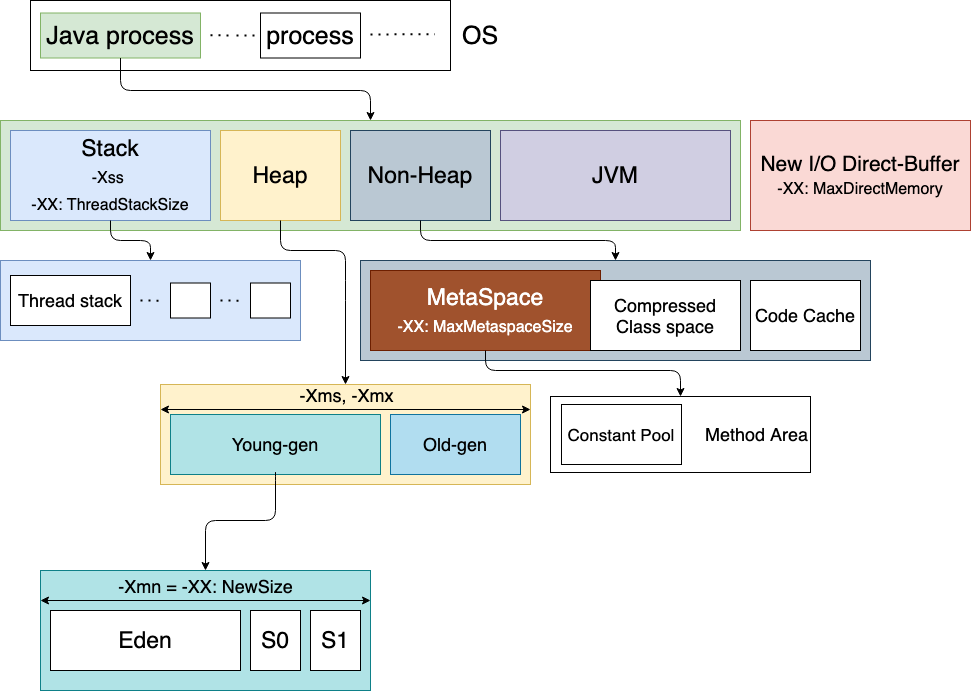
ajdfajdfl2003/JAVA-003 keeps this draw.io diagram as Week_01/task03/MemoryModel.png. Above is the earlier version. Source tidied: cells renumbered, new cells last; positions are measured from the earlier drawing's top-left corner, leaving out a move shared by most shapes. Source of this version:
```xml
<mxGraphModel>
  <root>
    <mxCell id="0" />
    <mxCell id="1" parent="0" />
    <mxCell id="2" style="group;" parent="1" vertex="1">
      <mxGeometry x="550" y="396" width="260" height="76" as="geometry" />
    </mxCell>
    <mxCell id="3" value="Method Area" style="rounded=0;whiteSpace=wrap;html=1;labelBackgroundColor=none;fontSize=18;align=right;" parent="2" vertex="1">
      <mxGeometry width="260" height="76" as="geometry" />
    </mxCell>
    <mxCell id="4" value="Constant Pool" style="rounded=0;whiteSpace=wrap;html=1;labelBackgroundColor=none;fontSize=17;" parent="2" vertex="1">
      <mxGeometry x="11" y="8" width="120" height="60" as="geometry" />
    </mxCell>
    <mxCell id="5" style="group;" parent="1" vertex="1">
      <mxGeometry x="360" y="260" width="510" height="100" as="geometry" />
    </mxCell>
    <mxCell id="6" style="rounded=0;whiteSpace=wrap;html=1;labelBackgroundColor=none;fontSize=23;fillColor=#bac8d3;strokeColor=#23445d;" parent="5" vertex="1">
      <mxGeometry width="510" height="100" as="geometry" />
    </mxCell>
    <mxCell id="7" value="MetaSpace&lt;br&gt;&lt;font style=&quot;font-size: 16px&quot;&gt;-XX: MaxMetaspaceSize&lt;/font&gt;" style="rounded=0;whiteSpace=wrap;html=1;labelBackgroundColor=none;fontSize=23;fillColor=#a0522d;strokeColor=#6D1F00;fontColor=#ffffff;" parent="5" vertex="1">
      <mxGeometry x="10" y="10" width="230" height="80" as="geometry" />
    </mxCell>
    <mxCell id="8" value="Compressed Class space" style="rounded=0;whiteSpace=wrap;html=1;labelBackgroundColor=none;fontSize=18;" parent="5" vertex="1">
      <mxGeometry x="230" y="20" width="150" height="70" as="geometry" />
    </mxCell>
    <mxCell id="9" value="&lt;font style=&quot;font-size: 18px;&quot;&gt;Code Cache&lt;/font&gt;" style="rounded=0;whiteSpace=wrap;html=1;labelBackgroundColor=none;fontSize=18;" parent="5" vertex="1">
      <mxGeometry x="390" y="20" width="110" height="70" as="geometry" />
    </mxCell>
    <mxCell id="10" style="group;" parent="1" vertex="1">
      <mxGeometry y="120" width="740" height="110" as="geometry" />
    </mxCell>
    <mxCell id="11" style="rounded=0;whiteSpace=wrap;html=1;fontSize=23;fillColor=#d5e8d4;strokeColor=#82b366;" parent="10" vertex="1">
      <mxGeometry width="740" height="110" as="geometry" />
    </mxCell>
    <mxCell id="12" value="Stack&lt;br&gt;&lt;font style=&quot;font-size: 16px ; line-height: 120%&quot;&gt;-Xss &lt;br&gt;-XX: ThreadStackSize&lt;/font&gt;" style="rounded=0;whiteSpace=wrap;html=1;fontSize=23;fillColor=#dae8fc;strokeColor=#6c8ebf;" parent="10" vertex="1">
      <mxGeometry x="10" y="10" width="200" height="90" as="geometry" />
    </mxCell>
    <mxCell id="13" value="Heap" style="rounded=0;whiteSpace=wrap;html=1;fontSize=23;fillColor=#fff2cc;strokeColor=#d6b656;" parent="10" vertex="1">
      <mxGeometry x="220" y="10" width="120" height="90" as="geometry" />
    </mxCell>
    <mxCell id="14" value="Non-Heap" style="rounded=0;whiteSpace=wrap;html=1;fontSize=23;fillColor=#bac8d3;strokeColor=#23445d;" parent="10" vertex="1">
      <mxGeometry x="350" y="10" width="140" height="90" as="geometry" />
    </mxCell>
    <mxCell id="15" value="JVM" style="rounded=0;whiteSpace=wrap;html=1;fontSize=23;fillColor=#d0cee2;strokeColor=#56517e;" parent="10" vertex="1">
      <mxGeometry x="500" y="10" width="230" height="90" as="geometry" />
    </mxCell>
    <mxCell id="16" style="group;" parent="1" vertex="1">
      <mxGeometry x="30" width="470" height="70" as="geometry" />
    </mxCell>
    <mxCell id="17" style="rounded=0;whiteSpace=wrap;html=1;" parent="16" vertex="1">
      <mxGeometry width="420" height="70" as="geometry" />
    </mxCell>
    <mxCell id="18" value="OS" style="text;html=1;strokeColor=none;fillColor=none;align=center;verticalAlign=middle;whiteSpace=wrap;rounded=0;fontSize=25;" parent="16" vertex="1">
      <mxGeometry x="430" y="25" width="40" height="20" as="geometry" />
    </mxCell>
    <mxCell id="19" value="Java process" style="rounded=0;whiteSpace=wrap;html=1;fontSize=25;labelBackgroundColor=none;fillColor=#d5e8d4;strokeColor=#82b366;" parent="16" vertex="1">
      <mxGeometry x="10" y="12.5" width="160" height="45" as="geometry" />
    </mxCell>
    <mxCell id="20" value="process" style="rounded=0;whiteSpace=wrap;html=1;fontSize=25;" parent="16" vertex="1">
      <mxGeometry x="230" y="12.5" width="100" height="45" as="geometry" />
    </mxCell>
    <mxCell id="21" style="endArrow=none;dashed=1;html=1;dashPattern=1 3;strokeWidth=2;fontSize=25;" parent="16" edge="1">
      <mxGeometry relative="1" as="geometry">
        <mxPoint x="206" y="35" as="sourcePoint" />
        <mxPoint x="225" y="35" as="targetPoint" />
      </mxGeometry>
    </mxCell>
    <mxCell id="22" style="endArrow=none;dashed=1;html=1;dashPattern=1 3;strokeWidth=2;fontSize=25;entryX=0.963;entryY=0.481;entryDx=0;entryDy=0;entryPerimeter=0;" parent="16" edge="1" target="17">
      <mxGeometry relative="1" as="geometry">
        <mxPoint x="340" y="34" as="sourcePoint" />
      </mxGeometry>
    </mxCell>
    <mxCell id="23" style="endArrow=none;dashed=1;html=1;dashPattern=1 3;strokeWidth=2;fontSize=25;" parent="16" edge="1">
      <mxGeometry relative="1" as="geometry">
        <mxPoint x="180" y="34.8" as="sourcePoint" />
        <mxPoint x="199" y="34.9" as="targetPoint" />
      </mxGeometry>
    </mxCell>
    <mxCell id="24" style="group;" parent="1" vertex="1">
      <mxGeometry y="260" width="300" height="80" as="geometry" />
    </mxCell>
    <mxCell id="25" style="rounded=0;whiteSpace=wrap;html=1;labelBackgroundColor=none;fontSize=23;fillColor=#dae8fc;strokeColor=#6c8ebf;" parent="24" vertex="1">
      <mxGeometry width="300" height="80" as="geometry" />
    </mxCell>
    <mxCell id="26" value="Thread stack" style="rounded=0;whiteSpace=wrap;html=1;labelBackgroundColor=none;fontSize=18;" parent="24" vertex="1">
      <mxGeometry x="10" y="15" width="120" height="50" as="geometry" />
    </mxCell>
    <mxCell id="27" style="endArrow=none;dashed=1;html=1;dashPattern=1 3;strokeWidth=2;fontSize=25;" parent="24" edge="1">
      <mxGeometry relative="1" as="geometry">
        <mxPoint x="140" y="40" as="sourcePoint" />
        <mxPoint x="159" y="40.2" as="targetPoint" />
      </mxGeometry>
    </mxCell>
    <mxCell id="28" style="rounded=0;whiteSpace=wrap;html=1;labelBackgroundColor=none;fontSize=18;" parent="24" vertex="1">
      <mxGeometry x="170" y="22.5" width="40" height="35" as="geometry" />
    </mxCell>
    <mxCell id="29" style="endArrow=none;dashed=1;html=1;dashPattern=1 3;strokeWidth=2;fontSize=25;" parent="24" edge="1">
      <mxGeometry relative="1" as="geometry">
        <mxPoint x="220" y="40" as="sourcePoint" />
        <mxPoint x="239" y="40.2" as="targetPoint" />
      </mxGeometry>
    </mxCell>
    <mxCell id="30" style="rounded=0;whiteSpace=wrap;html=1;labelBackgroundColor=none;fontSize=18;" parent="24" vertex="1">
      <mxGeometry x="250" y="22.5" width="40" height="35" as="geometry" />
    </mxCell>
    <mxCell id="31" style="group;" parent="1" vertex="1">
      <mxGeometry x="160" y="384" width="370" height="100" as="geometry" />
    </mxCell>
    <mxCell id="32" style="rounded=0;whiteSpace=wrap;html=1;labelBackgroundColor=none;fontSize=18;fillColor=#fff2cc;strokeColor=#d6b656;" parent="31" vertex="1">
      <mxGeometry width="370" height="100" as="geometry" />
    </mxCell>
    <mxCell id="33" value="Young-gen" style="rounded=0;whiteSpace=wrap;html=1;labelBackgroundColor=none;fontSize=18;fillColor=#b0e3e6;strokeColor=#0e8088;" parent="31" vertex="1">
      <mxGeometry x="10" y="30" width="210" height="60" as="geometry" />
    </mxCell>
    <mxCell id="34" style="endArrow=classic;startArrow=classic;html=1;fontSize=18;exitX=0;exitY=0.25;exitDx=0;exitDy=0;entryX=1;entryY=0.25;entryDx=0;entryDy=0;" parent="31" edge="1" source="32" target="32">
      <mxGeometry relative="1" as="geometry" />
    </mxCell>
    <mxCell id="35" value="-Xms, -Xmx" style="edgeLabel;html=1;align=center;verticalAlign=middle;fontSize=18;labelBackgroundColor=none;" parent="34" vertex="1">
      <mxGeometry x="0.21" y="3" relative="1" as="geometry">
        <mxPoint x="-38" y="-12" as="offset" />
      </mxGeometry>
    </mxCell>
    <mxCell id="36" value="Old-gen" style="rounded=0;whiteSpace=wrap;html=1;labelBackgroundColor=none;fontSize=18;fillColor=#b1ddf0;strokeColor=#10739e;" parent="31" vertex="1">
      <mxGeometry x="230" y="30" width="130" height="60" as="geometry" />
    </mxCell>
    <mxCell id="37" value="&lt;font&gt;&lt;span style=&quot;font-size: 21px&quot;&gt;New I/O Direct-Buffer&lt;/span&gt;&lt;br&gt;&lt;font style=&quot;font-size: 16px&quot;&gt;-XX: MaxDirectMemory&lt;/font&gt;&lt;br&gt;&lt;/font&gt;" style="rounded=0;whiteSpace=wrap;html=1;labelBackgroundColor=none;fontSize=18;fillColor=#fad9d5;strokeColor=#ae4132;" parent="1" vertex="1">
      <mxGeometry x="750" y="120" width="220" height="110" as="geometry" />
    </mxCell>
    <mxCell id="38" style="group;" parent="1" vertex="1">
      <mxGeometry x="40" y="570" width="330" height="120" as="geometry" />
    </mxCell>
    <mxCell id="39" style="rounded=0;whiteSpace=wrap;html=1;labelBackgroundColor=none;fontSize=18;fillColor=#b0e3e6;strokeColor=#0e8088;" parent="38" vertex="1">
      <mxGeometry width="330" height="120" as="geometry" />
    </mxCell>
    <mxCell id="40" style="endArrow=classic;startArrow=classic;html=1;fontSize=18;exitX=0;exitY=0.25;exitDx=0;exitDy=0;entryX=1;entryY=0.25;entryDx=0;entryDy=0;" parent="38" edge="1" source="39" target="39">
      <mxGeometry relative="1" as="geometry" />
    </mxCell>
    <mxCell id="41" value="-Xmn = -XX: NewSize" style="edgeLabel;html=1;align=center;verticalAlign=middle;fontSize=18;labelBackgroundColor=none;" parent="40" vertex="1">
      <mxGeometry x="-0.17" y="1" relative="1" as="geometry">
        <mxPoint x="28" y="-14" as="offset" />
      </mxGeometry>
    </mxCell>
    <mxCell id="42" value="Eden" style="rounded=0;whiteSpace=wrap;html=1;labelBackgroundColor=none;fontSize=23;" parent="38" vertex="1">
      <mxGeometry x="10" y="40" width="190" height="60" as="geometry" />
    </mxCell>
    <mxCell id="43" value="S1" style="rounded=0;whiteSpace=wrap;html=1;labelBackgroundColor=none;fontSize=23;" parent="38" vertex="1">
      <mxGeometry x="270" y="40" width="50" height="60" as="geometry" />
    </mxCell>
    <mxCell id="44" value="S0" style="rounded=0;whiteSpace=wrap;html=1;labelBackgroundColor=none;fontSize=23;" parent="38" vertex="1">
      <mxGeometry x="210" y="40" width="50" height="60" as="geometry" />
    </mxCell>
    <mxCell id="45" style="endArrow=classic;html=1;fontSize=23;exitX=0.5;exitY=1;exitDx=0;exitDy=0;entryX=0.5;entryY=0;entryDx=0;entryDy=0;" parent="1" edge="1" source="14" target="6">
      <mxGeometry relative="1" as="geometry">
        <Array as="points">
          <mxPoint x="420" y="240" />
          <mxPoint x="615" y="240" />
        </Array>
      </mxGeometry>
    </mxCell>
    <mxCell id="46" style="endArrow=classic;html=1;fontSize=18;exitX=0.5;exitY=1;exitDx=0;exitDy=0;entryX=0.5;entryY=0;entryDx=0;entryDy=0;" parent="1" edge="1" source="13" target="32">
      <mxGeometry relative="1" as="geometry">
        <Array as="points">
          <mxPoint x="280" y="250" />
          <mxPoint x="345" y="250" />
          <mxPoint x="345" y="290" />
        </Array>
      </mxGeometry>
    </mxCell>
    <mxCell id="47" style="endArrow=classic;html=1;fontSize=23;exitX=0.5;exitY=1;exitDx=0;exitDy=0;entryX=0.5;entryY=0;entryDx=0;entryDy=0;" parent="1" edge="1" source="12" target="25">
      <mxGeometry relative="1" as="geometry">
        <Array as="points">
          <mxPoint x="110" y="240" />
          <mxPoint x="150" y="240" />
        </Array>
      </mxGeometry>
    </mxCell>
    <mxCell id="48" style="endArrow=classic;html=1;fontSize=23;exitX=0.5;exitY=1;exitDx=0;exitDy=0;entryX=0.5;entryY=0;entryDx=0;entryDy=0;" parent="1" edge="1" source="19" target="11">
      <mxGeometry relative="1" as="geometry">
        <Array as="points">
          <mxPoint x="120" y="90" />
          <mxPoint x="370" y="90" />
        </Array>
      </mxGeometry>
    </mxCell>
    <mxCell id="49" style="endArrow=classic;html=1;fontSize=18;exitX=0.5;exitY=1;exitDx=0;exitDy=0;entryX=0.5;entryY=0;entryDx=0;entryDy=0;" parent="1" edge="1" source="33" target="39">
      <mxGeometry relative="1" as="geometry">
        <Array as="points">
          <mxPoint x="275" y="470" />
          <mxPoint x="275" y="520" />
          <mxPoint x="205" y="520" />
        </Array>
      </mxGeometry>
    </mxCell>
    <mxCell id="50" style="endArrow=classic;html=1;fontSize=17;entryX=0.5;entryY=0;entryDx=0;entryDy=0;exitX=0.5;exitY=1;exitDx=0;exitDy=0;" parent="1" edge="1" source="7" target="3">
      <mxGeometry relative="1" as="geometry">
        <Array as="points">
          <mxPoint x="485" y="370" />
          <mxPoint x="680" y="370" />
        </Array>
      </mxGeometry>
    </mxCell>
  </root>
</mxGraphModel>
```
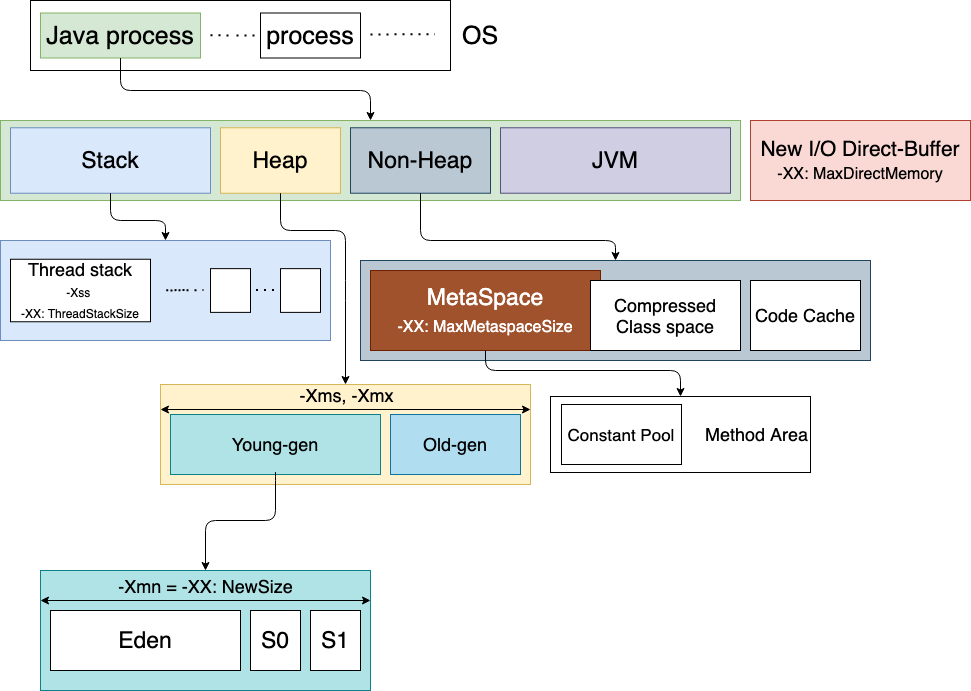
The same diagram one commit later.

Commit message:
fix: fix -Xss, it is a size of thread

Change to the diagram source:
```diff
@@ -27,22 +27,22 @@
       <mxGeometry x="390" y="20" width="110" height="70" as="geometry" />
     </mxCell>
     <mxCell id="10" style="group;" parent="1" vertex="1">
-      <mxGeometry y="120" width="740" height="110" as="geometry" />
+      <mxGeometry y="120" width="740" height="80" as="geometry" />
     </mxCell>
     <mxCell id="11" style="rounded=0;whiteSpace=wrap;html=1;fontSize=23;fillColor=#d5e8d4;strokeColor=#82b366;" parent="10" vertex="1">
-      <mxGeometry width="740" height="110" as="geometry" />
+      <mxGeometry width="740" height="80" as="geometry" />
     </mxCell>
-    <mxCell id="12" value="Stack&lt;br&gt;&lt;font style=&quot;font-size: 16px ; line-height: 120%&quot;&gt;-Xss &lt;br&gt;-XX: ThreadStackSize&lt;/font&gt;" style="rounded=0;whiteSpace=wrap;html=1;fontSize=23;fillColor=#dae8fc;strokeColor=#6c8ebf;" parent="10" vertex="1">
-      <mxGeometry x="10" y="10" width="200" height="90" as="geometry" />
+    <mxCell id="12" value="Stack" style="rounded=0;whiteSpace=wrap;html=1;fontSize=23;fillColor=#dae8fc;strokeColor=#6c8ebf;" parent="10" vertex="1">
+      <mxGeometry x="10" y="7.3" width="200" height="65.5" as="geometry" />
     </mxCell>
     <mxCell id="13" value="Heap" style="rounded=0;whiteSpace=wrap;html=1;fontSize=23;fillColor=#fff2cc;strokeColor=#d6b656;" parent="10" vertex="1">
-      <mxGeometry x="220" y="10" width="120" height="90" as="geometry" />
+      <mxGeometry x="220" y="7.3" width="120" height="65.5" as="geometry" />
     </mxCell>
     <mxCell id="14" value="Non-Heap" style="rounded=0;whiteSpace=wrap;html=1;fontSize=23;fillColor=#bac8d3;strokeColor=#23445d;" parent="10" vertex="1">
-      <mxGeometry x="350" y="10" width="140" height="90" as="geometry" />
+      <mxGeometry x="350" y="7.3" width="140" height="65.5" as="geometry" />
     </mxCell>
     <mxCell id="15" value="JVM" style="rounded=0;whiteSpace=wrap;html=1;fontSize=23;fillColor=#d0cee2;strokeColor=#56517e;" parent="10" vertex="1">
-      <mxGeometry x="500" y="10" width="230" height="90" as="geometry" />
+      <mxGeometry x="500" y="7.3" width="230" height="65.5" as="geometry" />
     </mxCell>
     <mxCell id="16" style="group;" parent="1" vertex="1">
       <mxGeometry x="30" width="470" height="70" as="geometry" />
@@ -76,33 +76,6 @@
         <mxPoint x="199" y="34.9" as="targetPoint" />
       </mxGeometry>
     </mxCell>
-    <mxCell id="24" style="group;" parent="1" vertex="1">
-      <mxGeometry y="260" width="300" height="80" as="geometry" />
-    </mxCell>
-    <mxCell id="25" style="rounded=0;whiteSpace=wrap;html=1;labelBackgroundColor=none;fontSize=23;fillColor=#dae8fc;strokeColor=#6c8ebf;" parent="24" vertex="1">
-      <mxGeometry width="300" height="80" as="geometry" />
-    </mxCell>
-    <mxCell id="26" value="Thread stack" style="rounded=0;whiteSpace=wrap;html=1;labelBackgroundColor=none;fontSize=18;" parent="24" vertex="1">
-      <mxGeometry x="10" y="15" width="120" height="50" as="geometry" />
-    </mxCell>
-    <mxCell id="27" style="endArrow=none;dashed=1;html=1;dashPattern=1 3;strokeWidth=2;fontSize=25;" parent="24" edge="1">
-      <mxGeometry relative="1" as="geometry">
-        <mxPoint x="140" y="40" as="sourcePoint" />
-        <mxPoint x="159" y="40.2" as="targetPoint" />
-      </mxGeometry>
-    </mxCell>
-    <mxCell id="28" style="rounded=0;whiteSpace=wrap;html=1;labelBackgroundColor=none;fontSize=18;" parent="24" vertex="1">
-      <mxGeometry x="170" y="22.5" width="40" height="35" as="geometry" />
-    </mxCell>
-    <mxCell id="29" style="endArrow=none;dashed=1;html=1;dashPattern=1 3;strokeWidth=2;fontSize=25;" parent="24" edge="1">
-      <mxGeometry relative="1" as="geometry">
-        <mxPoint x="220" y="40" as="sourcePoint" />
-        <mxPoint x="239" y="40.2" as="targetPoint" />
-      </mxGeometry>
-    </mxCell>
-    <mxCell id="30" style="rounded=0;whiteSpace=wrap;html=1;labelBackgroundColor=none;fontSize=18;" parent="24" vertex="1">
-      <mxGeometry x="250" y="22.5" width="40" height="35" as="geometry" />
-    </mxCell>
     <mxCell id="31" style="group;" parent="1" vertex="1">
       <mxGeometry x="160" y="384" width="370" height="100" as="geometry" />
     </mxCell>
@@ -124,7 +97,7 @@
       <mxGeometry x="230" y="30" width="130" height="60" as="geometry" />
     </mxCell>
     <mxCell id="37" value="&lt;font&gt;&lt;span style=&quot;font-size: 21px&quot;&gt;New I/O Direct-Buffer&lt;/span&gt;&lt;br&gt;&lt;font style=&quot;font-size: 16px&quot;&gt;-XX: MaxDirectMemory&lt;/font&gt;&lt;br&gt;&lt;/font&gt;" style="rounded=0;whiteSpace=wrap;html=1;labelBackgroundColor=none;fontSize=18;fillColor=#fad9d5;strokeColor=#ae4132;" parent="1" vertex="1">
-      <mxGeometry x="750" y="120" width="220" height="110" as="geometry" />
+      <mxGeometry x="750" y="120" width="220" height="80" as="geometry" />
     </mxCell>
     <mxCell id="38" style="group;" parent="1" vertex="1">
       <mxGeometry x="40" y="570" width="330" height="120" as="geometry" />
@@ -160,8 +133,8 @@
     <mxCell id="46" style="endArrow=classic;html=1;fontSize=18;exitX=0.5;exitY=1;exitDx=0;exitDy=0;entryX=0.5;entryY=0;entryDx=0;entryDy=0;" parent="1" edge="1" source="13" target="32">
       <mxGeometry relative="1" as="geometry">
         <Array as="points">
-          <mxPoint x="280" y="250" />
-          <mxPoint x="345" y="250" />
+          <mxPoint x="280" y="230" />
+          <mxPoint x="345" y="230" />
           <mxPoint x="345" y="290" />
         </Array>
       </mxGeometry>
@@ -169,8 +142,8 @@
     <mxCell id="47" style="endArrow=classic;html=1;fontSize=23;exitX=0.5;exitY=1;exitDx=0;exitDy=0;entryX=0.5;entryY=0;entryDx=0;entryDy=0;" parent="1" edge="1" source="12" target="25">
       <mxGeometry relative="1" as="geometry">
         <Array as="points">
-          <mxPoint x="110" y="240" />
-          <mxPoint x="150" y="240" />
+          <mxPoint x="110" y="220" />
+          <mxPoint x="165" y="220" />
         </Array>
       </mxGeometry>
     </mxCell>
@@ -199,5 +172,32 @@
         </Array>
       </mxGeometry>
     </mxCell>
+    <mxCell id="25" style="rounded=0;whiteSpace=wrap;html=1;labelBackgroundColor=none;fontSize=23;fillColor=#dae8fc;strokeColor=#6c8ebf;" parent="1" vertex="1">
+      <mxGeometry y="240" width="330" height="100" as="geometry" />
+    </mxCell>
+    <mxCell id="26" value="Thread stack&lt;br&gt;&lt;font style=&quot;font-size: 12px&quot;&gt;-Xss&amp;nbsp;&lt;br style=&quot;font-size: 2px&quot;&gt;-XX: ThreadStackSize&lt;/font&gt;" style="rounded=0;whiteSpace=wrap;html=1;labelBackgroundColor=none;fontSize=18;" parent="1" vertex="1">
+      <mxGeometry x="10" y="258.8" width="140" height="62.5" as="geometry" />
+    </mxCell>
+    <mxCell id="27" style="endArrow=none;dashed=1;html=1;dashPattern=1 3;strokeWidth=2;fontSize=25;" parent="1" edge="1">
+      <mxGeometry x="84" y="269.4" as="geometry">
+        <mxPoint x="184" y="289.4" as="sourcePoint" />
+        <mxPoint x="203" y="289.6" as="targetPoint" />
+        <Array as="points">
+          <mxPoint x="160" y="290" />
+        </Array>
+      </mxGeometry>
+    </mxCell>
+    <mxCell id="28" style="rounded=0;whiteSpace=wrap;html=1;labelBackgroundColor=none;fontSize=18;" parent="1" vertex="1">
+      <mxGeometry x="210" y="268.1" width="40" height="43.8" as="geometry" />
+    </mxCell>
+    <mxCell id="29" style="endArrow=none;dashed=1;html=1;dashPattern=1 3;strokeWidth=2;fontSize=25;" parent="1" edge="1">
+      <mxGeometry x="75.5" y="269.4" as="geometry">
+        <mxPoint x="255.5" y="289.4" as="sourcePoint" />
+        <mxPoint x="274.5" y="289.6" as="targetPoint" />
+      </mxGeometry>
+    </mxCell>
+    <mxCell id="30" style="rounded=0;whiteSpace=wrap;html=1;labelBackgroundColor=none;fontSize=18;" parent="1" vertex="1">
+      <mxGeometry x="280" y="268.1" width="40" height="43.8" as="geometry" />
+    </mxCell>
   </root>
 </mxGraphModel>
```
